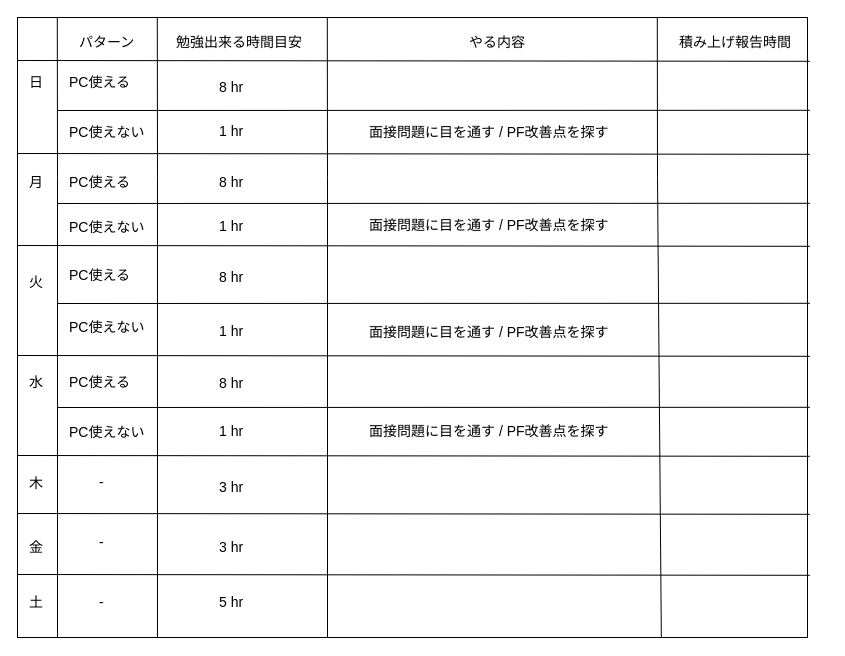
This is page "Page-1" (1 of 2) of Study Plan.drawio from suefrontend/study-plan, a draw.io file, before an edit. Source tidied: cells renumbered, new cells numbered last; positions are measured from the earlier drawing's top-left corner, leaving out a move shared by most shapes. Both pictures are drawn from the tidied source at 100%, with x=0, y=0 at pixel (17, 17).
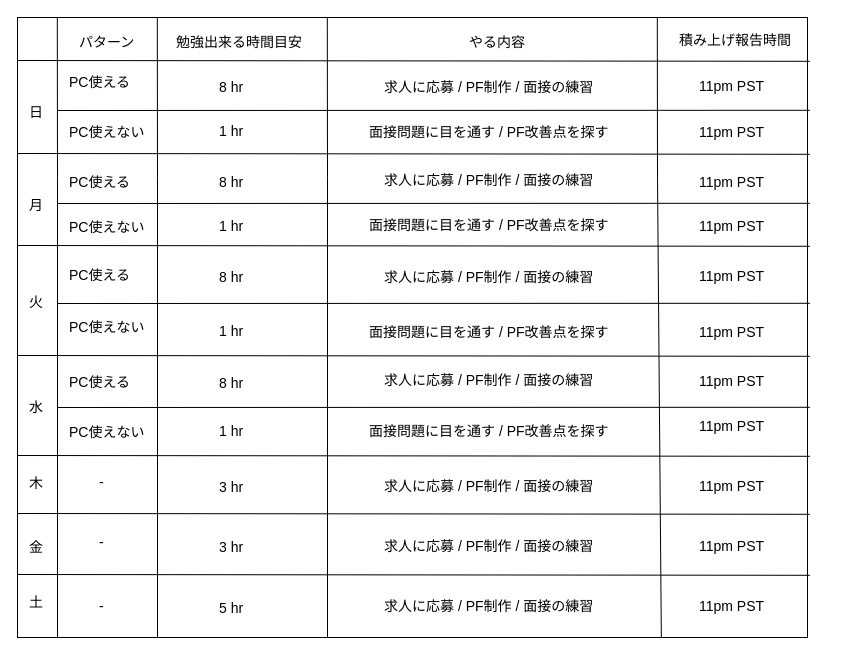
The same page after the edit.

Commit message:
Update study plan

The edit, as a diff of the source:
```diff
@@
     <mxCell id="3" value="月" style="text;html=1;strokeColor=none;fillColor=none;align=left;verticalAlign=middle;whiteSpace=wrap;rounded=0;fontSize=14;" parent="1" vertex="1">
-      <mxGeometry x="10" y="150" width="90" height="30" as="geometry" />
+      <mxGeometry x="10" y="173" width="90" height="30" as="geometry" />
     </mxCell>
@@
     <mxCell id="6" value="日" style="text;html=1;strokeColor=none;fillColor=none;align=left;verticalAlign=middle;whiteSpace=wrap;rounded=0;fontSize=14;" parent="1" vertex="1">
-      <mxGeometry x="10" y="50" width="90" height="30" as="geometry" />
+      <mxGeometry x="10" y="80" width="90" height="30" as="geometry" />
     </mxCell>
@@
     <mxCell id="9" value="水" style="text;html=1;strokeColor=none;fillColor=none;align=left;verticalAlign=middle;whiteSpace=wrap;rounded=0;fontSize=14;" parent="1" vertex="1">
-      <mxGeometry x="10" y="350" width="90" height="30" as="geometry" />
+      <mxGeometry x="10" y="375" width="90" height="30" as="geometry" />
     </mxCell>
     <mxCell id="10" value="火" style="text;html=1;strokeColor=none;fillColor=none;align=left;verticalAlign=middle;whiteSpace=wrap;rounded=0;fontSize=14;" parent="1" vertex="1">
-      <mxGeometry x="10" y="250" width="90" height="30" as="geometry" />
+      <mxGeometry x="10" y="270" width="90" height="30" as="geometry" />
     </mxCell>
@@
     <mxCell id="16" value="積み上げ報告時間" style="text;html=1;strokeColor=none;fillColor=none;align=left;verticalAlign=middle;whiteSpace=wrap;rounded=0;fontSize=14;" parent="1" vertex="1">
-      <mxGeometry x="660" y="10" width="130" height="30" as="geometry" />
+      <mxGeometry x="660" y="8" width="130" height="30" as="geometry" />
     </mxCell>
@@
     <mxCell id="39" value="-" style="text;html=1;strokeColor=none;fillColor=none;align=left;verticalAlign=middle;whiteSpace=wrap;rounded=0;fontSize=14;" parent="1" vertex="1">
-      <mxGeometry x="80" y="570" width="40" height="30" as="geometry" />
+      <mxGeometry x="80" y="574" width="40" height="30" as="geometry" />
     </mxCell>
@@
     <mxCell id="43" value="5 hr" style="text;html=1;strokeColor=none;fillColor=none;align=left;verticalAlign=middle;whiteSpace=wrap;rounded=0;fontSize=14;" parent="1" vertex="1">
-      <mxGeometry x="200" y="570" width="40" height="30" as="geometry" />
+      <mxGeometry x="200" y="576" width="40" height="30" as="geometry" />
     </mxCell>
@@
+    <mxCell id="55" value="求人に応募 / PF制作 / 面接の練習" style="text;html=1;strokeColor=none;fillColor=none;align=left;verticalAlign=middle;whiteSpace=wrap;rounded=0;fontSize=14;" parent="1" vertex="1">
+      <mxGeometry x="365" y="55" width="290" height="30" as="geometry" />
+    </mxCell>
+    <mxCell id="56" value="求人に応募 / PF制作 / 面接の練習" style="text;html=1;strokeColor=none;fillColor=none;align=left;verticalAlign=middle;whiteSpace=wrap;rounded=0;fontSize=14;" parent="1" vertex="1">
+      <mxGeometry x="365" y="148" width="290" height="30" as="geometry" />
+    </mxCell>
+    <mxCell id="57" value="求人に応募 / PF制作 / 面接の練習" style="text;html=1;strokeColor=none;fillColor=none;align=left;verticalAlign=middle;whiteSpace=wrap;rounded=0;fontSize=14;" parent="1" vertex="1">
+      <mxGeometry x="365" y="348" width="290" height="30" as="geometry" />
+    </mxCell>
+    <mxCell id="58" value="求人に応募 / PF制作 / 面接の練習" style="text;html=1;strokeColor=none;fillColor=none;align=left;verticalAlign=middle;whiteSpace=wrap;rounded=0;fontSize=14;" parent="1" vertex="1">
+      <mxGeometry x="365" y="245" width="290" height="30" as="geometry" />
+    </mxCell>
+    <mxCell id="59" value="求人に応募 / PF制作 / 面接の練習" style="text;html=1;strokeColor=none;fillColor=none;align=left;verticalAlign=middle;whiteSpace=wrap;rounded=0;fontSize=14;" parent="1" vertex="1">
+      <mxGeometry x="365" y="454" width="290" height="30" as="geometry" />
+    </mxCell>
+    <mxCell id="60" value="求人に応募 / PF制作 / 面接の練習" style="text;html=1;strokeColor=none;fillColor=none;align=left;verticalAlign=middle;whiteSpace=wrap;rounded=0;fontSize=14;" parent="1" vertex="1">
+      <mxGeometry x="365" y="514" width="290" height="30" as="geometry" />
+    </mxCell>
+    <mxCell id="61" value="求人に応募 / PF制作 / 面接の練習" style="text;html=1;strokeColor=none;fillColor=none;align=left;verticalAlign=middle;whiteSpace=wrap;rounded=0;fontSize=14;" parent="1" vertex="1">
+      <mxGeometry x="365" y="574" width="290" height="30" as="geometry" />
+    </mxCell>
+    <mxCell id="62" value="11pm PST" style="text;html=1;strokeColor=none;fillColor=none;align=left;verticalAlign=middle;whiteSpace=wrap;rounded=0;fontSize=14;" parent="1" vertex="1">
+      <mxGeometry x="680" y="574" width="130" height="30" as="geometry" />
+    </mxCell>
+    <mxCell id="63" value="11pm PST" style="text;html=1;strokeColor=none;fillColor=none;align=left;verticalAlign=middle;whiteSpace=wrap;rounded=0;fontSize=14;" parent="1" vertex="1">
+      <mxGeometry x="680" y="514" width="130" height="30" as="geometry" />
+    </mxCell>
+    <mxCell id="64" value="11pm PST" style="text;html=1;strokeColor=none;fillColor=none;align=left;verticalAlign=middle;whiteSpace=wrap;rounded=0;fontSize=14;" parent="1" vertex="1">
+      <mxGeometry x="680" y="394" width="130" height="30" as="geometry" />
+    </mxCell>
+    <mxCell id="65" value="11pm PST" style="text;html=1;strokeColor=none;fillColor=none;align=left;verticalAlign=middle;whiteSpace=wrap;rounded=0;fontSize=14;" parent="1" vertex="1">
+      <mxGeometry x="680" y="454" width="130" height="30" as="geometry" />
+    </mxCell>
+    <mxCell id="66" value="11pm PST" style="text;html=1;strokeColor=none;fillColor=none;align=left;verticalAlign=middle;whiteSpace=wrap;rounded=0;fontSize=14;" parent="1" vertex="1">
+      <mxGeometry x="680" y="194" width="130" height="30" as="geometry" />
+    </mxCell>
+    <mxCell id="67" value="11pm PST" style="text;html=1;strokeColor=none;fillColor=none;align=left;verticalAlign=middle;whiteSpace=wrap;rounded=0;fontSize=14;" parent="1" vertex="1">
+      <mxGeometry x="680" y="244" width="130" height="30" as="geometry" />
+    </mxCell>
+    <mxCell id="68" value="11pm PST" style="text;html=1;strokeColor=none;fillColor=none;align=left;verticalAlign=middle;whiteSpace=wrap;rounded=0;fontSize=14;" parent="1" vertex="1">
+      <mxGeometry x="680" y="300" width="130" height="30" as="geometry" />
+    </mxCell>
+    <mxCell id="69" value="11pm PST" style="text;html=1;strokeColor=none;fillColor=none;align=left;verticalAlign=middle;whiteSpace=wrap;rounded=0;fontSize=14;" parent="1" vertex="1">
+      <mxGeometry x="680" y="349" width="130" height="30" as="geometry" />
+    </mxCell>
+    <mxCell id="70" value="11pm PST" style="text;html=1;strokeColor=none;fillColor=none;align=left;verticalAlign=middle;whiteSpace=wrap;rounded=0;fontSize=14;" parent="1" vertex="1">
+      <mxGeometry x="680" y="54" width="130" height="30" as="geometry" />
+    </mxCell>
+    <mxCell id="71" value="11pm PST" style="text;html=1;strokeColor=none;fillColor=none;align=left;verticalAlign=middle;whiteSpace=wrap;rounded=0;fontSize=14;" parent="1" vertex="1">
+      <mxGeometry x="680" y="100" width="130" height="30" as="geometry" />
+    </mxCell>
+    <mxCell id="72" value="11pm PST" style="text;html=1;strokeColor=none;fillColor=none;align=left;verticalAlign=middle;whiteSpace=wrap;rounded=0;fontSize=14;" parent="1" vertex="1">
+      <mxGeometry x="680" y="150" width="130" height="30" as="geometry" />
+    </mxCell>
```
